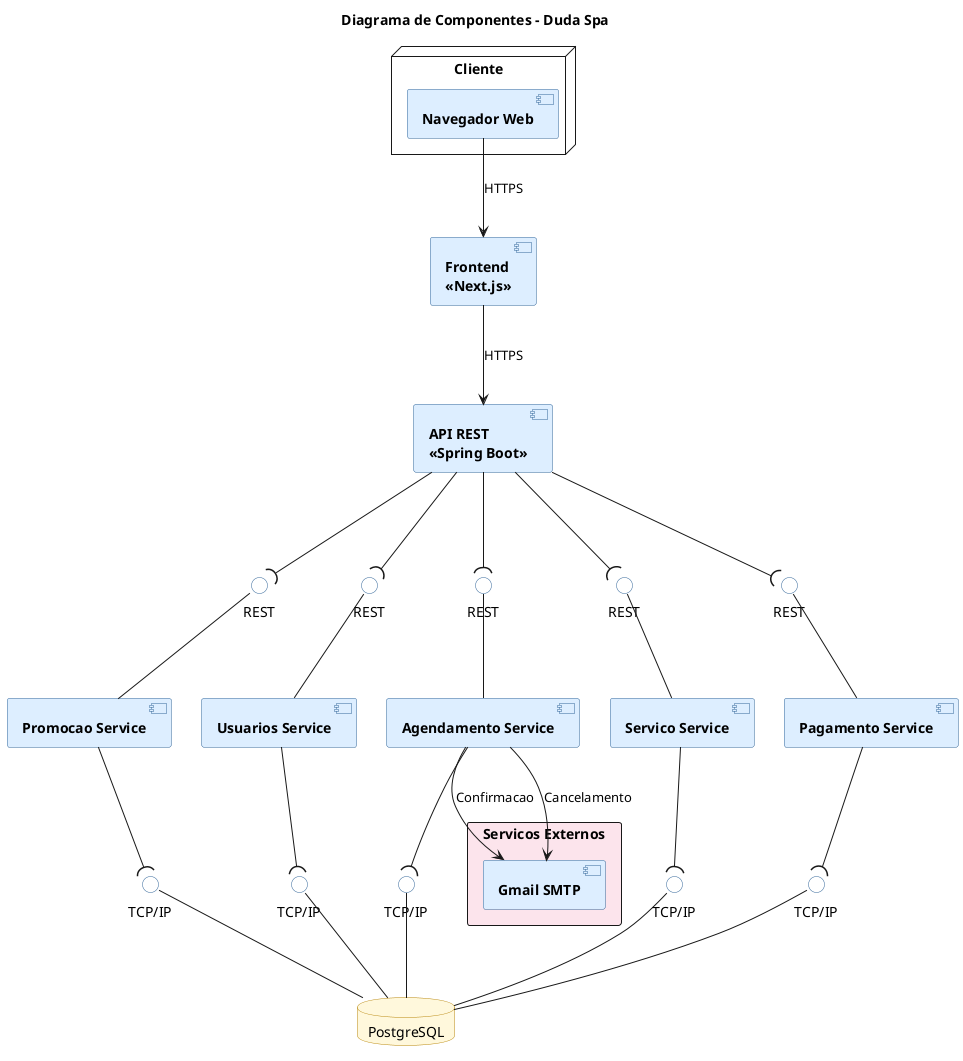
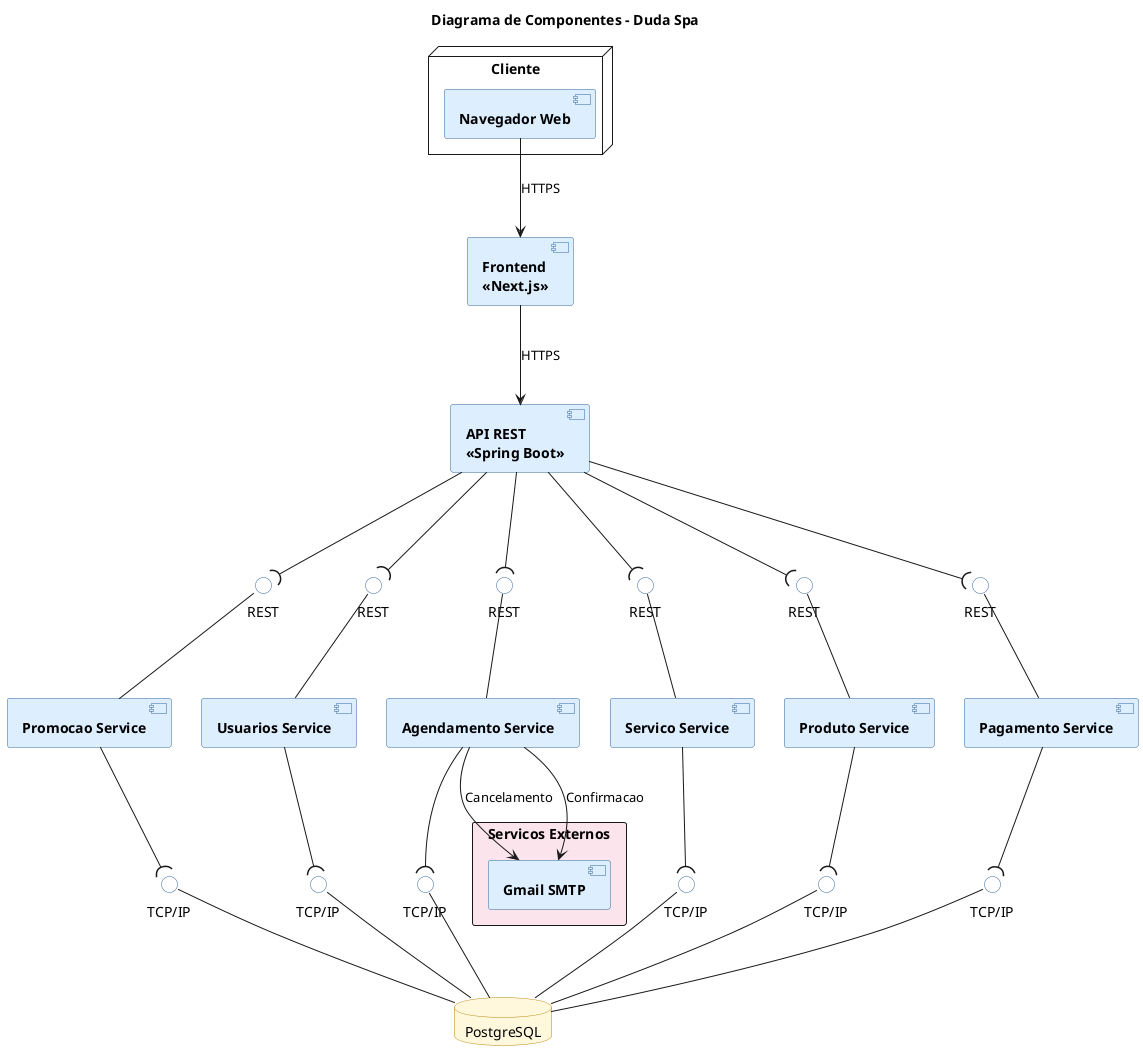
@startuml componentes

title Diagrama de Componentes - Duda Spa

skinparam nodesep 30
skinparam ranksep 80

skinparam component {
  BackgroundColor #DDEEFF
  BorderColor #336699
  FontStyle bold
}

skinparam database {
  BackgroundColor #FFF8DC
  BorderColor #B8860B
}

skinparam interface {
  BackgroundColor #FFFFFF
  BorderColor #336699
}

node "Cliente" {
    [Navegador Web] as WEB
}

[Frontend\n<<Next.js>>] as FRONT

WEB --> FRONT : HTTPS

[API REST\n<<Spring Boot>>] as API

interface "REST" as iUSER
interface "REST" as iAG
interface "REST" as iSERV
+ interface "REST" as iPROD
interface "REST" as iPAG
interface "REST" as iPROM

API --( iUSER
API --( iAG
API --( iSERV
+ API --( iPROD
API --( iPAG
API --( iPROM

[Usuarios Service] as USERS
[Agendamento Service] as AG
[Servico Service] as SERV
+ [Produto Service] as PROD
[Pagamento Service] as PAG
[Promocao Service] as PROM

USERS -up- iUSER
AG -up- iAG
SERV -up- iSERV
+ PROD -up- iPROD
PAG -up- iPAG
PROM -up- iPROM

interface "TCP/IP" as iDB2
interface "TCP/IP" as iDB3
interface "TCP/IP" as iDB4
interface "TCP/IP" as iDB5
+ interface "TCP/IP" as iDB6
interface "TCP/IP" as iDB7

database "PostgreSQL" as DB

USERS --( iDB2
AG --( iDB3
SERV --( iDB4
PAG --( iDB5
+ PROD --( iDB6
PROM --( iDB7

iDB2 -down- DB
iDB3 -down- DB
iDB4 -down- DB
iDB5 -down- DB
+ iDB6 -down- DB
iDB7 -down- DB

FRONT --> API : HTTPS

rectangle "Servicos Externos" as EXT #FCE4EC {
    [Gmail SMTP] as GMAIL
}

AG --> GMAIL : Confirmacao
AG --> GMAIL : Cancelamento

USERS -[hidden]right- AG
AG -[hidden]right- SERV
- SERV -[hidden]right- PAG
+ SERV -[hidden]right- PROD
+ PROD -[hidden]right- PAG

@enduml